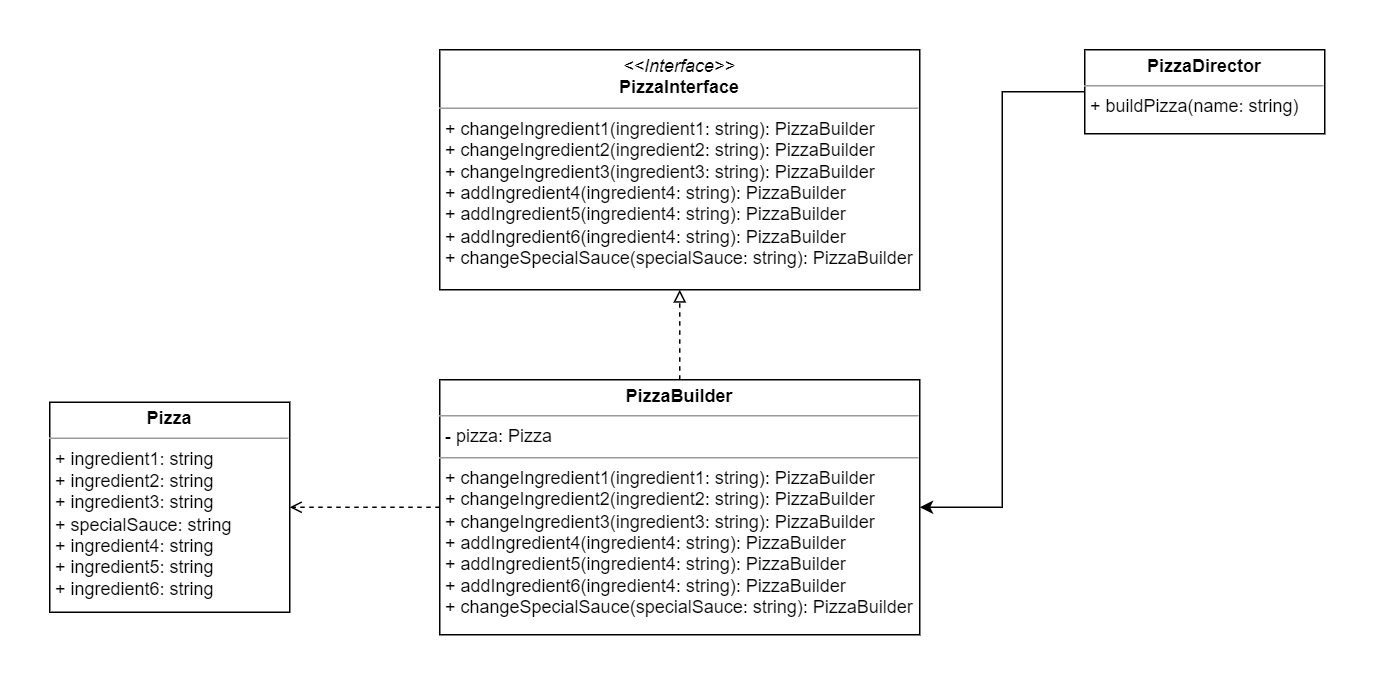
This is builder/builder.png from SemeniukVlad/patterns, a draw.io export, as it was before one commit. Source tidied: cells renumbered, new cells last; positions are measured from the earlier drawing's top-left corner, leaving out a move shared by most shapes. Source of this version:
```xml
<mxGraphModel>
  <root>
    <mxCell id="0" />
    <mxCell id="1" parent="0" />
    <mxCell id="2" value="&lt;p style=&quot;margin: 0px ; margin-top: 4px ; text-align: center&quot;&gt;&lt;i&gt;&amp;lt;&amp;lt;Interface&amp;gt;&amp;gt;&lt;/i&gt;&lt;br&gt;&lt;b&gt;PizzaInterface&lt;/b&gt;&lt;/p&gt;&lt;hr size=&quot;1&quot;&gt;&lt;p style=&quot;margin: 0px ; margin-left: 4px&quot;&gt;+ changeIngredient1(ingredient1: string): PizzaBuilder&lt;br&gt;+ changeIngredient2(ingredient2: string): PizzaBuilder&lt;br&gt;&lt;/p&gt;&lt;p style=&quot;margin: 0px ; margin-left: 4px&quot;&gt;+ changeIngredient3(ingredient3: string): PizzaBuilder&lt;br&gt;&lt;/p&gt;&lt;p style=&quot;margin: 0px ; margin-left: 4px&quot;&gt;+ addIngredient4(ingredient4: string): PizzaBuilder&lt;br&gt;&lt;/p&gt;&lt;p style=&quot;margin: 0px ; margin-left: 4px&quot;&gt;+ addIngredient5(ingredient4: string): PizzaBuilder&lt;br&gt;&lt;/p&gt;&lt;p style=&quot;margin: 0px ; margin-left: 4px&quot;&gt;+ addIngredient6(ingredient4: string): PizzaBuilder&lt;br&gt;&lt;/p&gt;&lt;p style=&quot;margin: 0px ; margin-left: 4px&quot;&gt;+ changeSpecialSauce(specialSauce: string): PizzaBuilder&lt;br&gt;&lt;/p&gt;" style="verticalAlign=top;align=left;overflow=fill;fontSize=12;fontFamily=Helvetica;html=1;" parent="1" vertex="1">
      <mxGeometry x="260" width="320" height="160" as="geometry" />
    </mxCell>
    <mxCell id="3" style="edgeStyle=orthogonalEdgeStyle;rounded=0;jettySize=auto;html=1;exitX=0;exitY=0.5;exitDx=0;exitDy=0;entryX=1;entryY=0.5;entryDx=0;entryDy=0;dashed=1;endArrow=open;endFill=0;strokeColor=#000000;" parent="1" edge="1" source="5" target="6">
      <mxGeometry relative="1" as="geometry" />
    </mxCell>
    <mxCell id="4" style="edgeStyle=orthogonalEdgeStyle;rounded=0;jettySize=auto;html=1;exitX=0.5;exitY=0;exitDx=0;exitDy=0;dashed=1;endArrow=block;endFill=0;strokeColor=#000000;" parent="1" edge="1" source="5" target="2">
      <mxGeometry relative="1" as="geometry" />
    </mxCell>
    <mxCell id="5" value="&lt;p style=&quot;margin: 0px ; margin-top: 4px ; text-align: center&quot;&gt;&lt;b&gt;PizzaBuilder&lt;/b&gt;&lt;/p&gt;&lt;hr size=&quot;1&quot;&gt;&lt;p style=&quot;margin: 0px ; margin-left: 4px&quot;&gt;- pizza: Pizza&lt;/p&gt;&lt;hr size=&quot;1&quot;&gt;&lt;p style=&quot;margin: 0px 0px 0px 4px&quot;&gt;+ changeIngredient1(ingredient1: string): PizzaBuilder&lt;br&gt;+ changeIngredient2(ingredient2: string): PizzaBuilder&lt;br&gt;&lt;/p&gt;&lt;p style=&quot;margin: 0px 0px 0px 4px&quot;&gt;+ changeIngredient3(ingredient3: string): PizzaBuilder&lt;br&gt;&lt;/p&gt;&lt;p style=&quot;margin: 0px 0px 0px 4px&quot;&gt;+ addIngredient4(ingredient4: string): PizzaBuilder&lt;br&gt;&lt;/p&gt;&lt;p style=&quot;margin: 0px 0px 0px 4px&quot;&gt;+ addIngredient5(ingredient4: string): PizzaBuilder&lt;br&gt;&lt;/p&gt;&lt;p style=&quot;margin: 0px 0px 0px 4px&quot;&gt;+ addIngredient6(ingredient4: string): PizzaBuilder&lt;br&gt;&lt;/p&gt;&lt;p style=&quot;margin: 0px 0px 0px 4px&quot;&gt;+ changeSpecialSauce(specialSauce: string): PizzaBuilder&lt;/p&gt;" style="verticalAlign=top;align=left;overflow=fill;fontSize=12;fontFamily=Helvetica;html=1;" parent="1" vertex="1">
      <mxGeometry x="260" y="220" width="320" height="170" as="geometry" />
    </mxCell>
    <mxCell id="6" value="&lt;p style=&quot;margin: 0px ; margin-top: 4px ; text-align: center&quot;&gt;&lt;b&gt;Pizza&lt;/b&gt;&lt;/p&gt;&lt;hr size=&quot;1&quot;&gt;&lt;p style=&quot;margin: 0px ; margin-left: 4px&quot;&gt;+ ingredient1: string&lt;/p&gt;&lt;p style=&quot;margin: 0px ; margin-left: 4px&quot;&gt;+ ingredient2: string&lt;br&gt;&lt;/p&gt;&lt;p style=&quot;margin: 0px ; margin-left: 4px&quot;&gt;+ ingredient3: string&lt;br&gt;&lt;/p&gt;&lt;p style=&quot;margin: 0px ; margin-left: 4px&quot;&gt;+ specialSauce: string&lt;/p&gt;&lt;p style=&quot;margin: 0px ; margin-left: 4px&quot;&gt;+ ingredient4: string&lt;br&gt;&lt;/p&gt;&lt;p style=&quot;margin: 0px ; margin-left: 4px&quot;&gt;+ ingredient5: string&lt;br&gt;&lt;/p&gt;&lt;p style=&quot;margin: 0px ; margin-left: 4px&quot;&gt;+ ingredient6: string&lt;br&gt;&lt;/p&gt;" style="verticalAlign=top;align=left;overflow=fill;fontSize=12;fontFamily=Helvetica;html=1;" parent="1" vertex="1">
      <mxGeometry y="235" width="160" height="140" as="geometry" />
    </mxCell>
    <mxCell id="7" style="edgeStyle=orthogonalEdgeStyle;rounded=0;jettySize=auto;html=1;exitX=0;exitY=0.5;exitDx=0;exitDy=0;entryX=1;entryY=0.5;entryDx=0;entryDy=0;endArrow=classic;endFill=1;strokeColor=#000000;" parent="1" edge="1" source="8" target="5">
      <mxGeometry relative="1" as="geometry" />
    </mxCell>
    <mxCell id="8" value="&lt;p style=&quot;margin: 0px ; margin-top: 4px ; text-align: center&quot;&gt;&lt;b&gt;PizzaDirector&lt;/b&gt;&lt;/p&gt;&lt;hr size=&quot;1&quot;&gt;&lt;p style=&quot;margin: 0px ; margin-left: 4px&quot;&gt;+ buildPizza(name: string)&lt;/p&gt;" style="verticalAlign=top;align=left;overflow=fill;fontSize=12;fontFamily=Helvetica;html=1;" parent="1" vertex="1">
      <mxGeometry x="690" width="160" height="56" as="geometry" />
    </mxCell>
  </root>
</mxGraphModel>
```
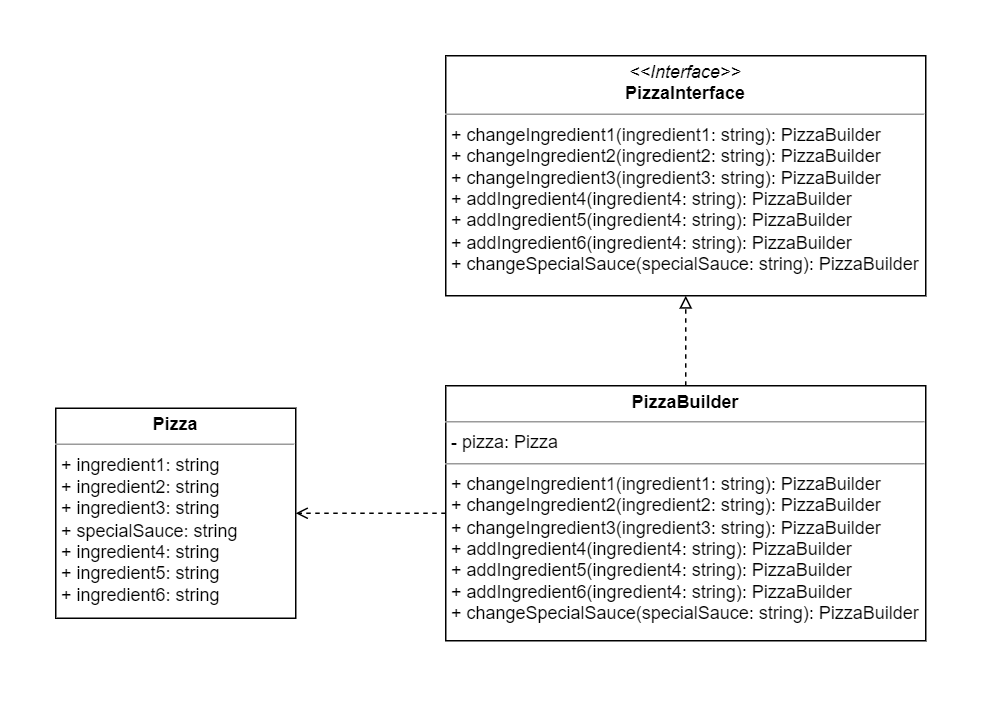
The same file after the commit.

The edit, as a diff of the source:
```diff
@@ -17,11 +17,5 @@
     <mxCell id="6" value="&lt;p style=&quot;margin: 0px ; margin-top: 4px ; text-align: center&quot;&gt;&lt;b&gt;Pizza&lt;/b&gt;&lt;/p&gt;&lt;hr size=&quot;1&quot;&gt;&lt;p style=&quot;margin: 0px ; margin-left: 4px&quot;&gt;+ ingredient1: string&lt;/p&gt;&lt;p style=&quot;margin: 0px ; margin-left: 4px&quot;&gt;+ ingredient2: string&lt;br&gt;&lt;/p&gt;&lt;p style=&quot;margin: 0px ; margin-left: 4px&quot;&gt;+ ingredient3: string&lt;br&gt;&lt;/p&gt;&lt;p style=&quot;margin: 0px ; margin-left: 4px&quot;&gt;+ specialSauce: string&lt;/p&gt;&lt;p style=&quot;margin: 0px ; margin-left: 4px&quot;&gt;+ ingredient4: string&lt;br&gt;&lt;/p&gt;&lt;p style=&quot;margin: 0px ; margin-left: 4px&quot;&gt;+ ingredient5: string&lt;br&gt;&lt;/p&gt;&lt;p style=&quot;margin: 0px ; margin-left: 4px&quot;&gt;+ ingredient6: string&lt;br&gt;&lt;/p&gt;" style="verticalAlign=top;align=left;overflow=fill;fontSize=12;fontFamily=Helvetica;html=1;" parent="1" vertex="1">
       <mxGeometry y="235" width="160" height="140" as="geometry" />
     </mxCell>
-    <mxCell id="7" style="edgeStyle=orthogonalEdgeStyle;rounded=0;jettySize=auto;html=1;exitX=0;exitY=0.5;exitDx=0;exitDy=0;entryX=1;entryY=0.5;entryDx=0;entryDy=0;endArrow=classic;endFill=1;strokeColor=#000000;" parent="1" edge="1" source="8" target="5">
-      <mxGeometry relative="1" as="geometry" />
-    </mxCell>
-    <mxCell id="8" value="&lt;p style=&quot;margin: 0px ; margin-top: 4px ; text-align: center&quot;&gt;&lt;b&gt;PizzaDirector&lt;/b&gt;&lt;/p&gt;&lt;hr size=&quot;1&quot;&gt;&lt;p style=&quot;margin: 0px ; margin-left: 4px&quot;&gt;+ buildPizza(name: string)&lt;/p&gt;" style="verticalAlign=top;align=left;overflow=fill;fontSize=12;fontFamily=Helvetica;html=1;" parent="1" vertex="1">
-      <mxGeometry x="690" width="160" height="56" as="geometry" />
-    </mxCell>
   </root>
 </mxGraphModel>
```
